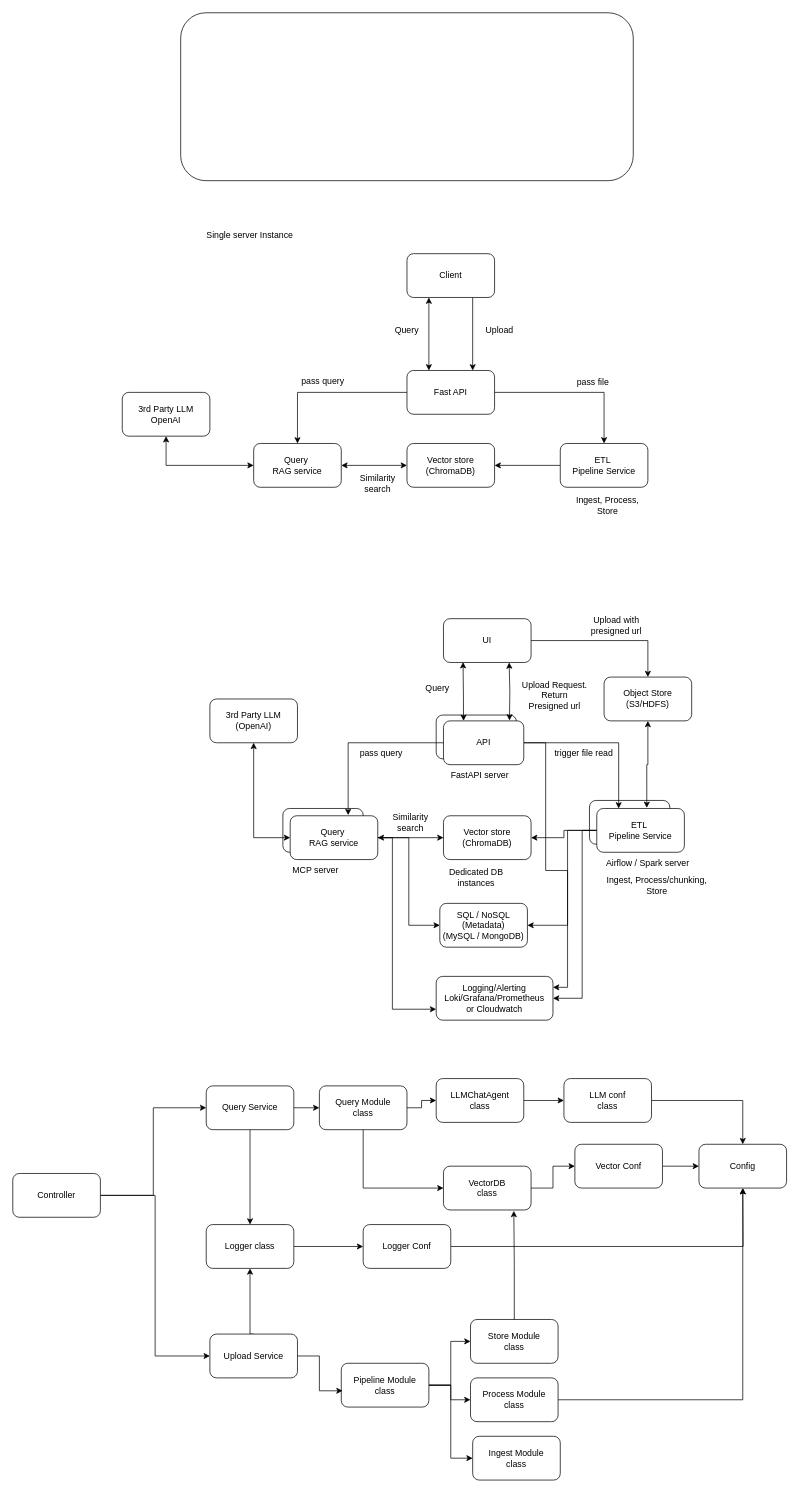
Above: rag.drawio in ayotomiwasalau/chatpdfdoc (draw.io), before the change. Source tidied: cells renumbered, new cells numbered last; positions are measured from the earlier drawing's top-left corner, leaving out a move shared by most shapes. Both pictures are drawn from the tidied source at 73%, with x=0, y=0 at pixel (12, 12).
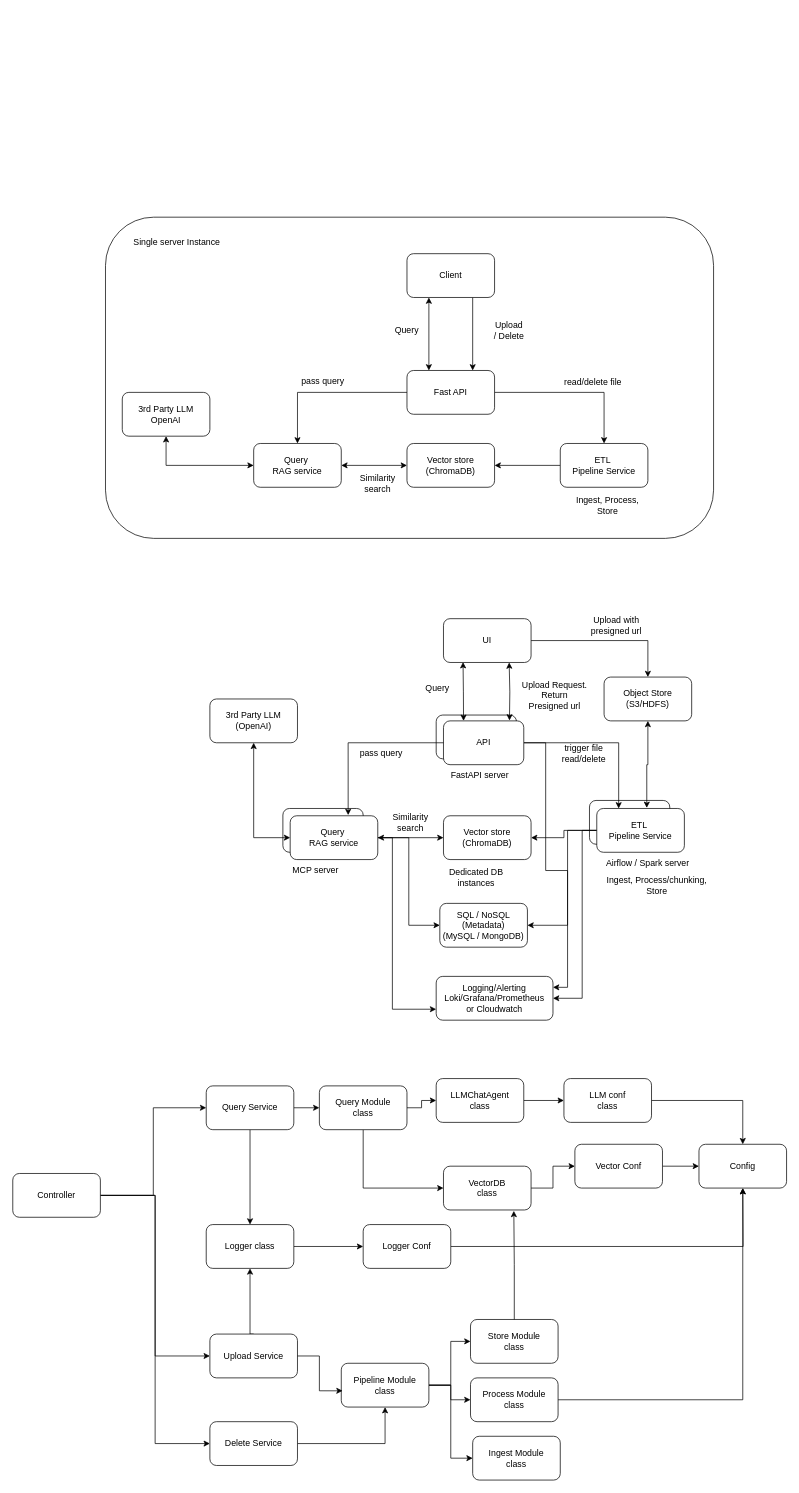
Above is the later version.

The change refers to these unchanged cells:
```xml
<mxCell id="62" value="Controller" style="rounded=1;whiteSpace=wrap;html=1;" parent="1" vertex="1">
  <mxGeometry y="1590" width="120" height="60" as="geometry" />
</mxCell>
<mxCell id="87" value="Pipeline Module&lt;div&gt;class&lt;/div&gt;" style="rounded=1;whiteSpace=wrap;html=1;" parent="1" vertex="1">
  <mxGeometry x="450" y="1850" width="120" height="60" as="geometry" />
</mxCell>
```

What changed in the source:
```diff
@@
     <mxCell id="5" style="rounded=1;whiteSpace=wrap;html=1;fillColor=none;" parent="1" vertex="1">
-      <mxGeometry x="230" width="620" height="230" as="geometry" />
+      <mxGeometry x="127" y="280" width="833" height="440" as="geometry" />
     </mxCell>
@@
-    <mxCell id="39" value="Upload" style="text;html=1;align=center;verticalAlign=middle;whiteSpace=wrap;rounded=0;" parent="1" vertex="1">
-      <mxGeometry x="637" y="420" width="60" height="30" as="geometry" />
+    <mxCell id="39" value="Upload&lt;div&gt;/ Delete&lt;/div&gt;" style="text;html=1;align=center;verticalAlign=middle;whiteSpace=wrap;rounded=0;" parent="1" vertex="1">
+      <mxGeometry x="650" y="420" width="60" height="30" as="geometry" />
     </mxCell>
@@
-    <mxCell id="41" value="pass file" style="text;html=1;align=center;verticalAlign=middle;whiteSpace=wrap;rounded=0;" parent="1" vertex="1">
+    <mxCell id="41" value="read/delete file" style="text;html=1;align=center;verticalAlign=middle;whiteSpace=wrap;rounded=0;" parent="1" vertex="1">
       <mxGeometry x="750" y="491" width="90" height="30" as="geometry" />
     </mxCell>
@@
-    <mxCell id="50" value="trigger file read" style="text;html=1;align=center;verticalAlign=middle;whiteSpace=wrap;rounded=0;" parent="1" vertex="1">
+    <mxCell id="50" value="trigger file read/delete" style="text;html=1;align=center;verticalAlign=middle;whiteSpace=wrap;rounded=0;" parent="1" vertex="1">
       <mxGeometry x="740" y="1000" width="85" height="30" as="geometry" />
     </mxCell>
@@
     <mxCell id="59" value="Single server Instance" style="text;html=1;align=center;verticalAlign=middle;whiteSpace=wrap;rounded=0;" parent="1" vertex="1">
-      <mxGeometry x="250" y="290" width="150" height="30" as="geometry" />
+      <mxGeometry x="150" y="300" width="150" height="30" as="geometry" />
     </mxCell>
@@
+    <mxCell id="94" style="edgeStyle=orthogonalEdgeStyle;rounded=0;jettySize=auto;html=1;entryX=0;entryY=0.5;entryDx=0;entryDy=0;" parent="1" edge="1" source="62" target="96">
+      <mxGeometry relative="1" as="geometry" />
+    </mxCell>
@@
+    <mxCell id="95" style="edgeStyle=orthogonalEdgeStyle;rounded=0;jettySize=auto;html=1;entryX=0.5;entryY=1;entryDx=0;entryDy=0;" parent="1" edge="1" source="96" target="87">
+      <mxGeometry relative="1" as="geometry" />
+    </mxCell>
+    <mxCell id="96" value="Delete Service" style="rounded=1;whiteSpace=wrap;html=1;" parent="1" vertex="1">
+      <mxGeometry x="270" y="1930" width="120" height="60" as="geometry" />
+    </mxCell>
```
